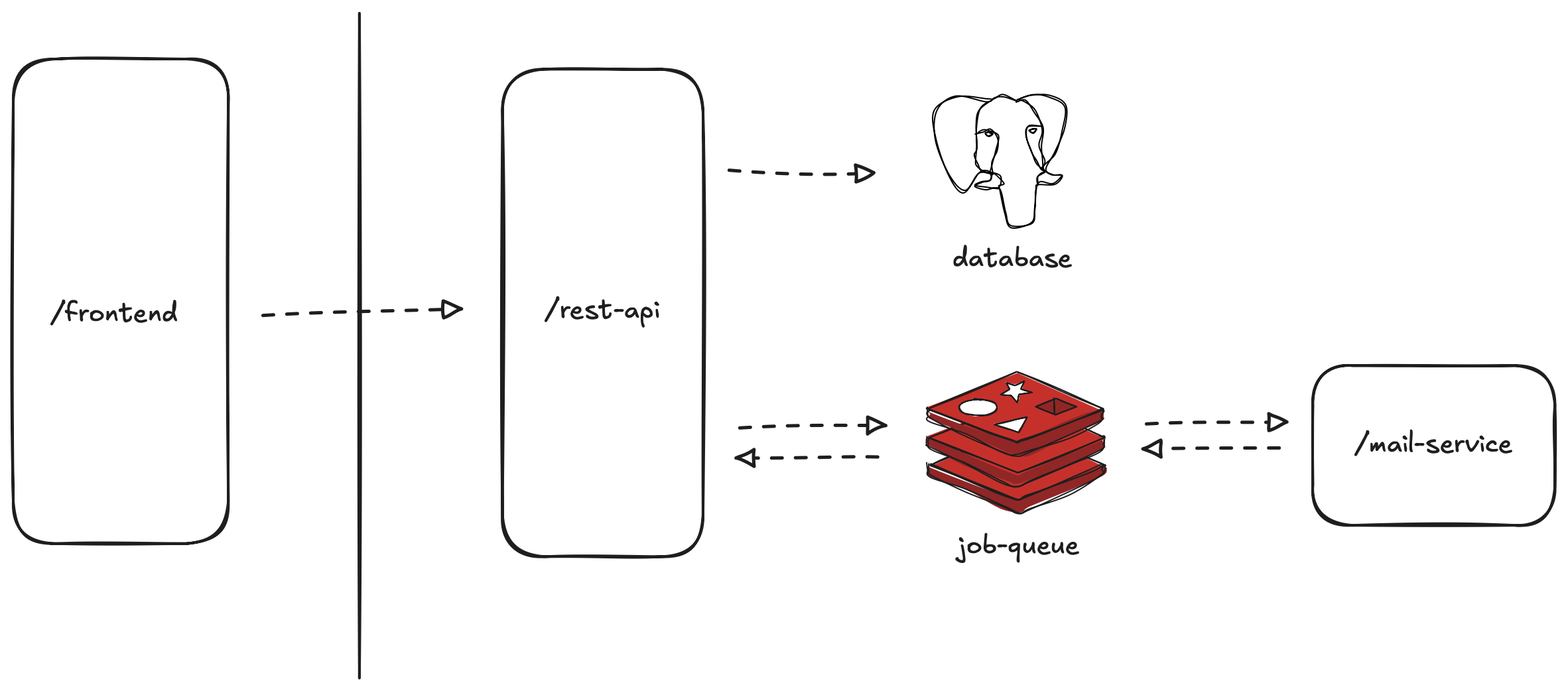
Earlier version of the Excalidraw export _docs/Application-Architecture.excalidraw.png (DatNgoNYC/anythingyouwantt). Source tidied: one line per element, renumbered; positions are measured from the earlier drawing's top-left corner, leaving out a move shared by most shapes.
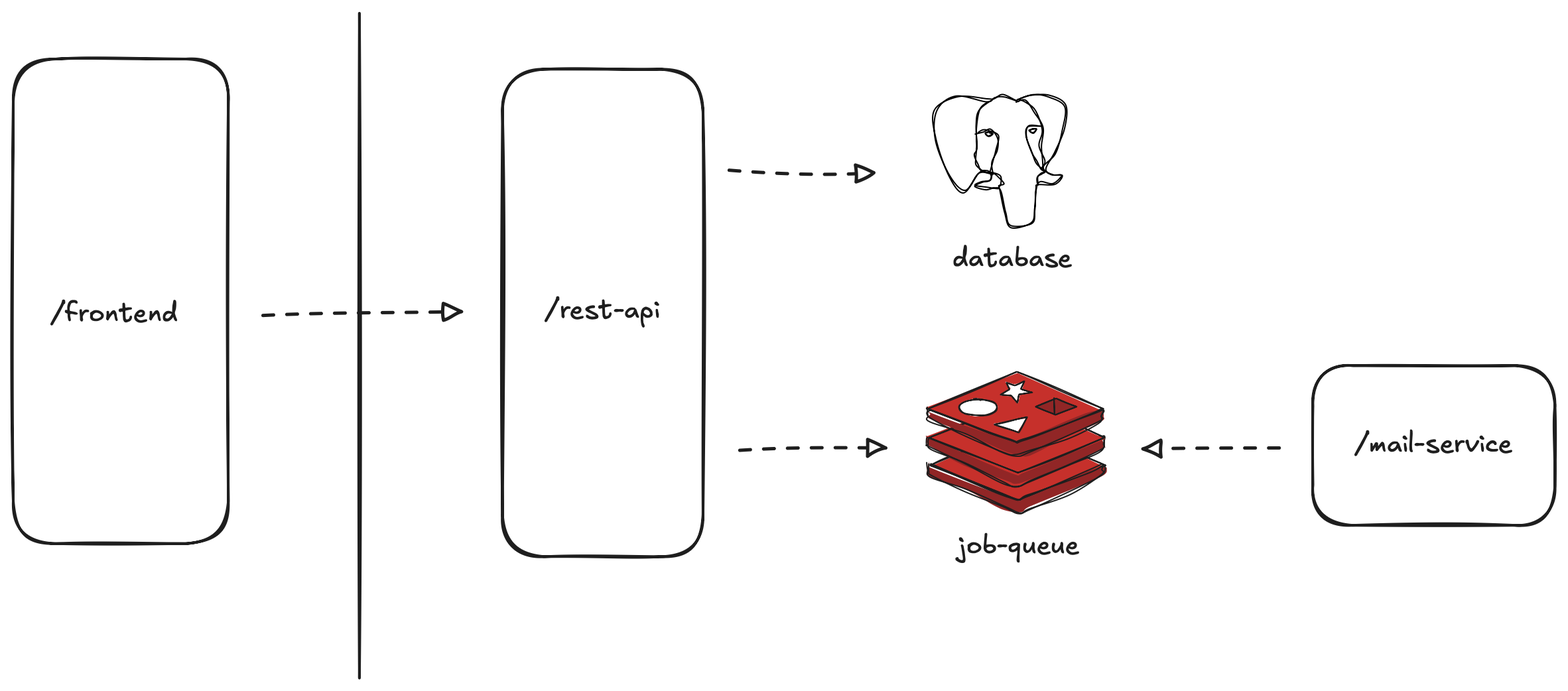
The same file after the commit.

What changed in the source:
```diff
@@ -1,6 +1,6 @@
 {"id": 0, "type": "rectangle", "strokeColor": "#1e1e1e", "strokeWidth": 2, "roughness": 1, "round": true, "x": 0, "y": 35, "width": 162, "height": 365}
 {"id": 1, "type": "text", "text": "/frontend", "strokeColor": "#1e1e1e", "strokeWidth": 2, "roughness": 1, "fontSize": 20, "fontFamily": 5, "x": 28, "y": 214, "width": 96, "height": 25}
-{"id": 2, "type": "arrow", "strokeColor": "#1e1e1e", "strokeWidth": 2, "strokeStyle": "dashed", "roughness": 1, "endArrowhead": "triangle_outline", "from": 0, "to": 3, "x": 188, "y": 228, "width": 150, "height": 5, "points": [[0, 0], [150, -5]]}
+{"id": 2, "type": "arrow", "strokeColor": "#1e1e1e", "strokeWidth": 2, "strokeStyle": "dashed", "roughness": 1, "endArrowhead": "triangle_outline", "from": 0, "to": 3, "x": 188, "y": 228, "width": 150, "height": 3, "points": [[0, 0], [150, -3]]}
 {"id": 3, "type": "rectangle", "strokeColor": "#1e1e1e", "strokeWidth": 2, "roughness": 1, "round": true, "x": 369, "y": 42, "width": 151, "height": 368}
 {"id": 4, "type": "text", "text": "/rest-api", "strokeColor": "#1e1e1e", "strokeWidth": 2, "roughness": 1, "fontSize": 20, "fontFamily": 5, "textAlign": "center", "round": true, "x": 401, "y": 211, "width": 87, "height": 25}
 {"id": 5, "type": "line", "strokeColor": "#000000", "strokeWidth": 1, "roughness": 1, "round": true, "x": 758, "y": 66, "width": 98, "height": 99, "points": [[0, 0], [-10, -3], [-18, -1], [-25, 1], [-47, -3], [-62, 7], [-62, 31], [-53, 55], [-41, 68], [-29, 55], [-22, 55], [-20, 57], [-23, 60], [-26, 62], [-33, 65], [-24, 67], [-17, 66], [-13, 67], [-11, 84], [-5, 95], [9, 92], [13, 82], [14, 68], [16, 62], [26, 62], [34, 56], [25, 56], [20, 52], [27, 39], [35, 22], [36, 4], [24, -3], [10, -4], [0, 0]]}
@@ -23,11 +23,9 @@
 {"id": 22, "type": "line", "strokeColor": "#1e1e1e", "backgroundColor": "#912626", "fillStyle": "solid", "strokeWidth": 1, "roughness": 1, "x": 785, "y": 290, "width": 0, "height": 12, "points": [[0, 0], [0, 12]]}
 {"id": 23, "type": "arrow", "strokeColor": "#1e1e1e", "strokeWidth": 2, "strokeStyle": "dashed", "roughness": 1, "endArrowhead": "triangle_outline", "from": 3, "x": 540, "y": 118, "width": 109, "height": 2, "points": [[0, 0], [109, 2]]}
 {"id": 24, "type": "line", "strokeColor": "#1e1e1e", "strokeWidth": 2, "roughness": 1, "x": 261, "y": 0, "width": 0, "height": 501, "points": [[0, 0], [0, 501]]}
-{"id": 25, "type": "arrow", "strokeColor": "#1e1e1e", "strokeWidth": 2, "strokeStyle": "dashed", "roughness": 1, "endArrowhead": "triangle_outline", "from": 3, "x": 548, "y": 313, "width": 110, "height": 2, "points": [[0, 0], [110, -2]]}
+{"id": 25, "type": "arrow", "strokeColor": "#1e1e1e", "strokeWidth": 2, "strokeStyle": "dashed", "roughness": 1, "endArrowhead": "triangle_outline", "from": 3, "x": 548, "y": 330, "width": 110, "height": 2, "points": [[0, 0], [110, -2]]}
-{"id": 26, "type": "arrow", "strokeColor": "#1e1e1e", "strokeWidth": 2, "strokeStyle": "dashed", "roughness": 1, "endArrowhead": "triangle_outline", "to": 3, "x": 652, "y": 335, "width": 107, "height": 1, "points": [[0, 0], [-107, 1]]}
 {"id": 27, "type": "rectangle", "strokeColor": "#1e1e1e", "strokeWidth": 2, "roughness": 1, "round": true, "x": 980, "y": 266, "width": 183, "height": 120}
 {"id": 28, "type": "text", "text": "/mail-service", "strokeColor": "#1e1e1e", "strokeWidth": 2, "roughness": 1, "fontSize": 20, "fontFamily": 5, "textAlign": "center", "round": true, "x": 1011, "y": 313, "width": 120, "height": 25}
 {"id": 29, "type": "text", "text": "database", "strokeColor": "#1e1e1e", "strokeWidth": 1, "strokeStyle": "dashed", "roughness": 1, "fontSize": 20, "fontFamily": 5, "textAlign": "center", "x": 708, "y": 173, "width": 90, "height": 25}
 {"id": 30, "type": "text", "text": "job-queue", "strokeColor": "#1e1e1e", "strokeWidth": 1, "strokeStyle": "dashed", "roughness": 1, "fontSize": 20, "fontFamily": 5, "textAlign": "center", "x": 711, "y": 389, "width": 94, "height": 25}
-{"id": 31, "type": "arrow", "strokeColor": "#1e1e1e", "strokeWidth": 2, "strokeStyle": "dashed", "roughness": 1, "endArrowhead": "triangle_outline", "x": 854, "y": 310, "width": 106, "height": 1, "points": [[0, 0], [106, -1]]}
 {"id": 32, "type": "arrow", "strokeColor": "#1e1e1e", "strokeWidth": 2, "strokeStyle": "dashed", "roughness": 1, "endArrowhead": "triangle_outline", "x": 954, "y": 328, "width": 103, "height": 1, "points": [[0, 0], [-103, 1]]}
```
